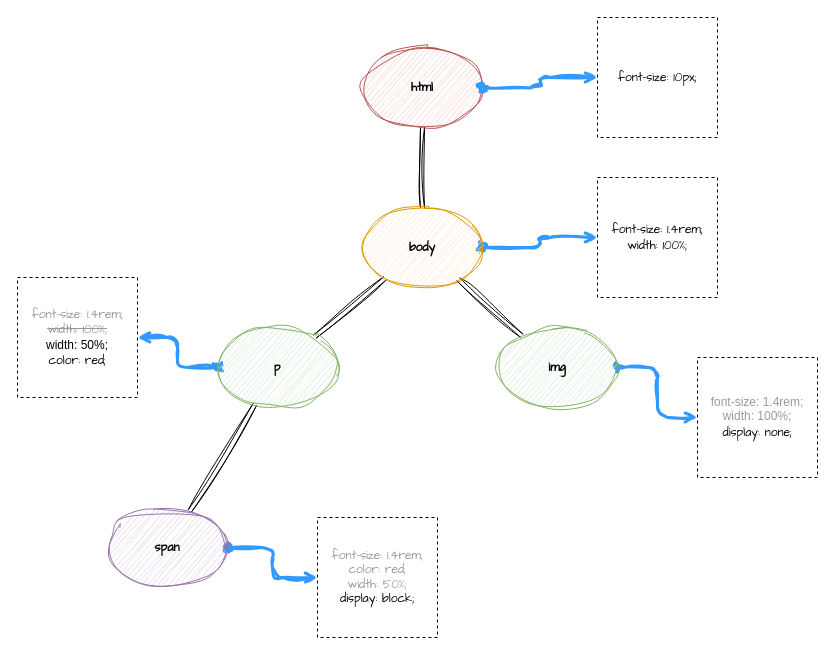
Above: CSSOM Structure.drawio in Sayantan-s/Fb-ui (draw.io), before the change. Source tidied: cells renumbered, new cells numbered last; positions are measured from the earlier drawing's top-left corner, leaving out a move shared by most shapes. Both pictures are drawn from the tidied source at 100%, with x=0, y=0 at pixel (17, 17).
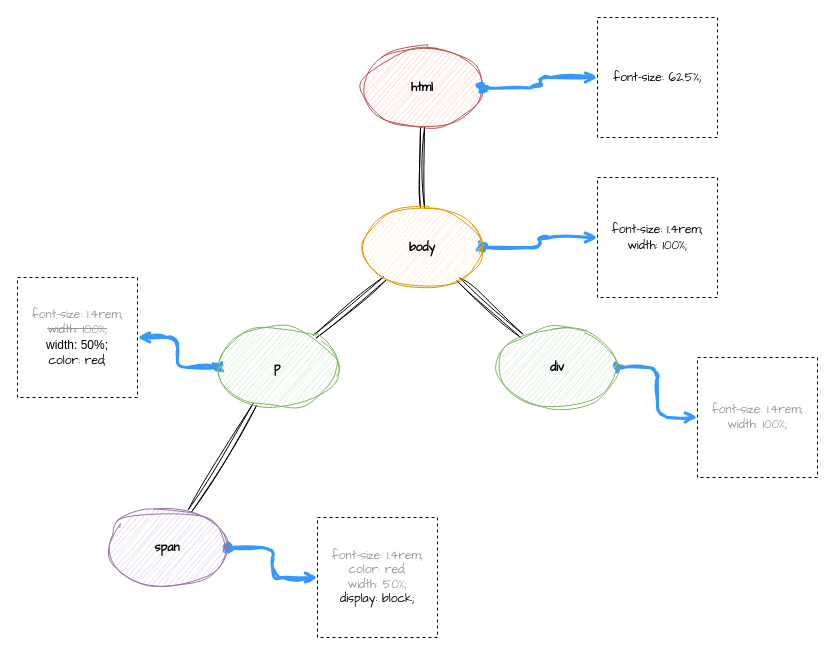
The same diagram, later.

Diff of the diagram source:
```diff
@@
-    <mxCell id="8" value="&lt;b&gt;&lt;font face=&quot;Comic Sans MS&quot;&gt;img&lt;/font&gt;&lt;/b&gt;" style="ellipse;whiteSpace=wrap;html=1;fillColor=#d5e8d4;fillStyle=auto;strokeColor=#82b366;shadow=0;sketch=1;curveFitting=1;jiggle=2;" parent="1" vertex="1">
+    <mxCell id="8" value="&lt;b&gt;&lt;font face=&quot;Comic Sans MS&quot;&gt;div&lt;/font&gt;&lt;/b&gt;" style="ellipse;whiteSpace=wrap;html=1;fillColor=#d5e8d4;fillStyle=auto;strokeColor=#82b366;shadow=0;sketch=1;curveFitting=1;jiggle=2;" parent="1" vertex="1">
       <mxGeometry x="480" y="310" width="120" height="80" as="geometry" />
     </mxCell>
@@
-    <mxCell id="16" value="&lt;font color=&quot;#999999&quot;&gt;font-size: 1.4rem;&lt;br style=&quot;border-color: var(--border-color); font-family: &amp;quot;Comic Sans MS&amp;quot;;&quot;&gt;width: 100%;&lt;/font&gt;&lt;span style=&quot;font-family: &amp;quot;Comic Sans MS&amp;quot;;&quot;&gt;&lt;font color=&quot;#999999&quot;&gt;&lt;br&gt;&lt;/font&gt;display: none;&lt;/span&gt;" style="whiteSpace=wrap;html=1;fillStyle=auto;shadow=0;dashed=1;" parent="1" vertex="1">
+    <mxCell id="16" value="&lt;font color=&quot;#999999&quot;&gt;font-size: 1.4rem;&lt;br style=&quot;border-color: var(--border-color);&quot;&gt;width: 100%;&lt;/font&gt;&lt;span style=&quot;&quot;&gt;&lt;br&gt;&lt;/span&gt;" style="whiteSpace=wrap;html=1;fillStyle=auto;shadow=0;dashed=1;fontFamily=Comic Sans MS;" parent="1" vertex="1">
       <mxGeometry x="680" y="340" width="120" height="120" as="geometry" />
     </mxCell>
@@
-    <mxCell id="20" value="&lt;font face=&quot;Comic Sans MS&quot;&gt;font-size: 10px;&lt;br&gt;&lt;/font&gt;" style="whiteSpace=wrap;html=1;fillStyle=auto;dashed=1;" parent="1" vertex="1">
+    <mxCell id="20" value="&lt;font face=&quot;Comic Sans MS&quot;&gt;font-size: 62.5%;&lt;br&gt;&lt;/font&gt;" style="whiteSpace=wrap;html=1;fillStyle=auto;dashed=1;" parent="1" vertex="1">
       <mxGeometry x="580" width="120" height="120" as="geometry" />
     </mxCell>
```
